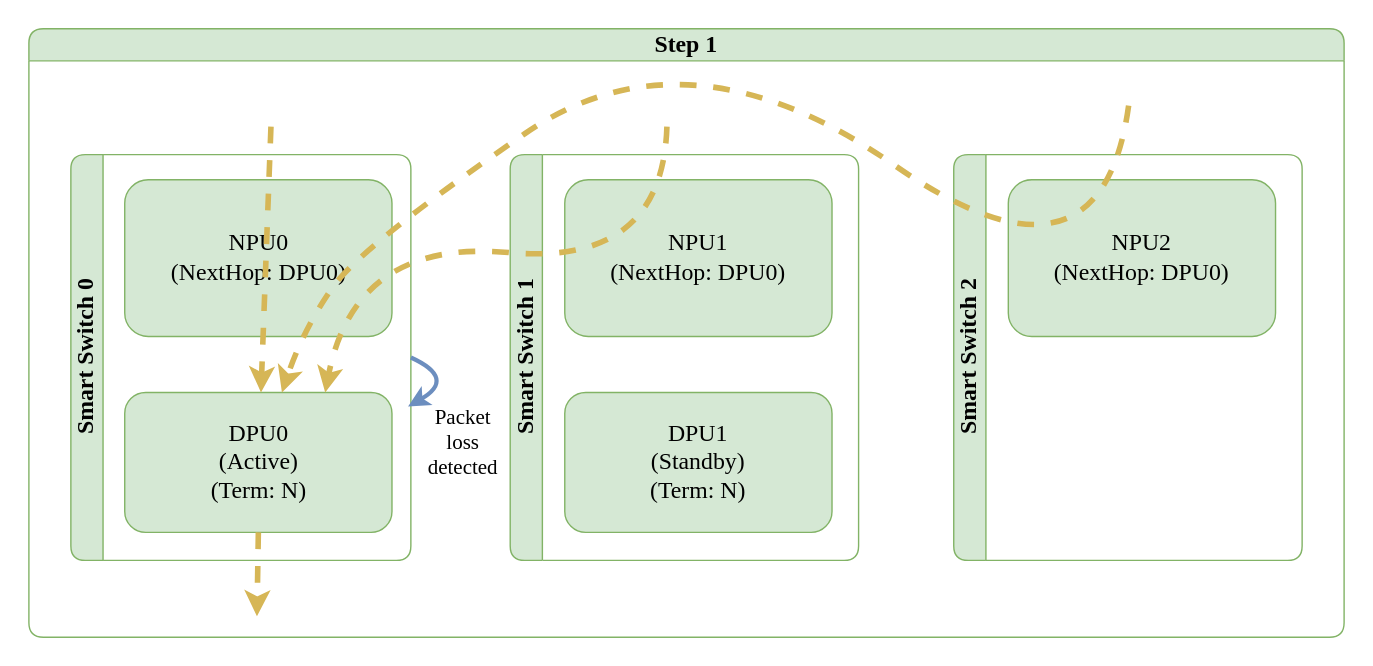
Above: doc/smart-switch/high-availability/images/ha-unplanned-events-enter-standalone-with-peer-up-step-1.svg in sonic-net/SONiC (draw.io), before the change. Source tidied: cells renumbered, new cells last; positions are measured from the earlier drawing's top-left corner, leaving out a move shared by most shapes. Its diagram source:
```xml
<mxGraphModel>
  <root>
    <mxCell id="0" />
    <mxCell id="1" parent="0" />
    <mxCell id="2" value="Step 1" style="swimlane;horizontal=1;whiteSpace=wrap;html=1;rounded=1;labelBorderColor=none;strokeColor=#82b366;fontFamily=Consolas;fontSize=17;startSize=23;fillColor=#d5e8d4;swimlaneFillColor=#FFFFFF;" parent="1" vertex="1">
      <mxGeometry y="5" width="940" height="435" as="geometry" />
    </mxCell>
    <mxCell id="3" value="Smart Switch 0" style="swimlane;horizontal=0;whiteSpace=wrap;html=1;rounded=1;labelBorderColor=none;strokeColor=#82b366;fontFamily=Consolas;fontSize=17;startSize=23;fillColor=#d5e8d4;swimlaneFillColor=#FFFFFF;" parent="2" vertex="1">
      <mxGeometry x="30" y="90" width="243" height="290" as="geometry" />
    </mxCell>
    <mxCell id="4" value="NPU0&lt;br style=&quot;font-size: 17px;&quot;&gt;(NextHop: DPU0)" style="rounded=1;whiteSpace=wrap;html=1;strokeColor=#82b366;fontFamily=Consolas;fontSize=17;startSize=23;fillColor=#d5e8d4;" parent="3" vertex="1">
      <mxGeometry x="38.5" y="18" width="191" height="112" as="geometry" />
    </mxCell>
    <mxCell id="5" value="DPU0&lt;br style=&quot;border-color: var(--border-color); font-size: 17px;&quot;&gt;(Active)&lt;br style=&quot;border-color: var(--border-color); font-size: 17px;&quot;&gt;(Term: N)" style="rounded=1;whiteSpace=wrap;html=1;strokeColor=#82b366;fontFamily=Consolas;fontSize=17;startSize=23;fillColor=#d5e8d4;" parent="3" vertex="1">
      <mxGeometry x="38.5" y="170" width="191" height="100" as="geometry" />
    </mxCell>
    <mxCell id="6" value="Smart Switch 1" style="swimlane;horizontal=0;whiteSpace=wrap;html=1;rounded=1;labelBorderColor=none;strokeColor=#82b366;fontFamily=Consolas;fontSize=17;startSize=23;fillColor=#d5e8d4;swimlaneFillColor=#FFFFFF;" parent="2" vertex="1">
      <mxGeometry x="344" y="90" width="249" height="290" as="geometry" />
    </mxCell>
    <mxCell id="7" value="NPU1&lt;br style=&quot;font-size: 17px;&quot;&gt;(NextHop: DPU0)" style="rounded=1;whiteSpace=wrap;html=1;strokeColor=#82b366;fontFamily=Consolas;fontSize=17;startSize=23;fillColor=#d5e8d4;" parent="6" vertex="1">
      <mxGeometry x="39" y="18" width="191" height="112" as="geometry" />
    </mxCell>
    <mxCell id="8" value="DPU1&lt;br style=&quot;border-color: var(--border-color); font-size: 17px;&quot;&gt;(Standby)&lt;br style=&quot;border-color: var(--border-color); font-size: 17px;&quot;&gt;(Term: N)" style="rounded=1;whiteSpace=wrap;html=1;strokeColor=#82b366;fontFamily=Consolas;fontSize=17;startSize=23;fillColor=#d5e8d4;" parent="6" vertex="1">
      <mxGeometry x="39" y="170" width="191" height="100" as="geometry" />
    </mxCell>
    <mxCell id="9" style="curved=1;endArrow=classic;html=1;rounded=0;fillColor=#fff2cc;strokeColor=#d6b656;strokeWidth=4;dashed=1;endFill=1;fontFamily=Consolas;fontSize=17;" parent="2" edge="1" target="5">
      <mxGeometry relative="1" as="geometry">
        <mxPoint x="173" y="70" as="sourcePoint" />
      </mxGeometry>
    </mxCell>
    <mxCell id="10" style="curved=1;endArrow=classic;html=1;rounded=0;entryX=0.75;entryY=0;entryDx=0;entryDy=0;fillColor=#fff2cc;strokeColor=#d6b656;strokeWidth=4;dashed=1;endFill=1;fontFamily=Consolas;fontSize=17;" parent="2" edge="1" target="5">
      <mxGeometry relative="1" as="geometry">
        <mxPoint x="456" y="70" as="sourcePoint" />
        <Array as="points">
          <mxPoint x="453" y="170" />
          <mxPoint x="233" y="150" />
        </Array>
      </mxGeometry>
    </mxCell>
    <mxCell id="11" style="endArrow=classic;html=1;rounded=0;fillColor=#fff2cc;strokeColor=#d6b656;strokeWidth=4;dashed=1;endFill=1;exitX=0.5;exitY=1;exitDx=0;exitDy=0;fontFamily=Consolas;fontSize=17;" parent="2" edge="1" source="5">
      <mxGeometry relative="1" as="geometry">
        <mxPoint x="163" y="420" as="targetPoint" />
      </mxGeometry>
    </mxCell>
    <mxCell id="12" value="Packet&lt;br style=&quot;font-size: 15px;&quot;&gt;loss&lt;br style=&quot;font-size: 15px;&quot;&gt;detected" style="endArrow=classic;startArrow=none;html=1;exitX=1;exitY=0.5;exitDx=0;exitDy=0;fillColor=#dae8fc;strokeColor=#6c8ebf;strokeWidth=3;fontFamily=Consolas;fontSize=15;startFill=0;endFill=1;labelBackgroundColor=none;curved=1;" parent="2" edge="1" source="3">
      <mxGeometry x="0.44" y="41" relative="1" as="geometry">
        <mxPoint x="271" y="270" as="targetPoint" />
        <Array as="points">
          <mxPoint x="306" y="250" />
        </Array>
      </mxGeometry>
    </mxCell>
    <mxCell id="13" value="Smart Switch 2" style="swimlane;horizontal=0;whiteSpace=wrap;html=1;rounded=1;labelBorderColor=none;strokeColor=#82b366;fontFamily=Consolas;fontSize=17;startSize=23;fillColor=#d5e8d4;swimlaneFillColor=#FFFFFF;" parent="2" vertex="1">
      <mxGeometry x="661" y="90" width="249" height="290" as="geometry" />
    </mxCell>
    <mxCell id="14" value="NPU2&lt;br style=&quot;font-size: 17px;&quot;&gt;(NextHop: DPU0)" style="rounded=1;whiteSpace=wrap;html=1;strokeColor=#82b366;fontFamily=Consolas;fontSize=17;startSize=23;fillColor=#d5e8d4;" parent="13" vertex="1">
      <mxGeometry x="39" y="18" width="191" height="112" as="geometry" />
    </mxCell>
    <mxCell id="15" style="curved=1;endArrow=classic;html=1;rounded=0;fillColor=#fff2cc;strokeColor=#d6b656;strokeWidth=4;dashed=1;endFill=1;fontFamily=Consolas;fontSize=17;" parent="2" edge="1" target="5">
      <mxGeometry relative="1" as="geometry">
        <mxPoint x="786" y="55" as="sourcePoint" />
        <Array as="points">
          <mxPoint x="766" y="200" />
          <mxPoint x="471" y="-5" />
          <mxPoint x="238" y="155" />
          <mxPoint x="196" y="215" />
        </Array>
      </mxGeometry>
    </mxCell>
  </root>
</mxGraphModel>
```
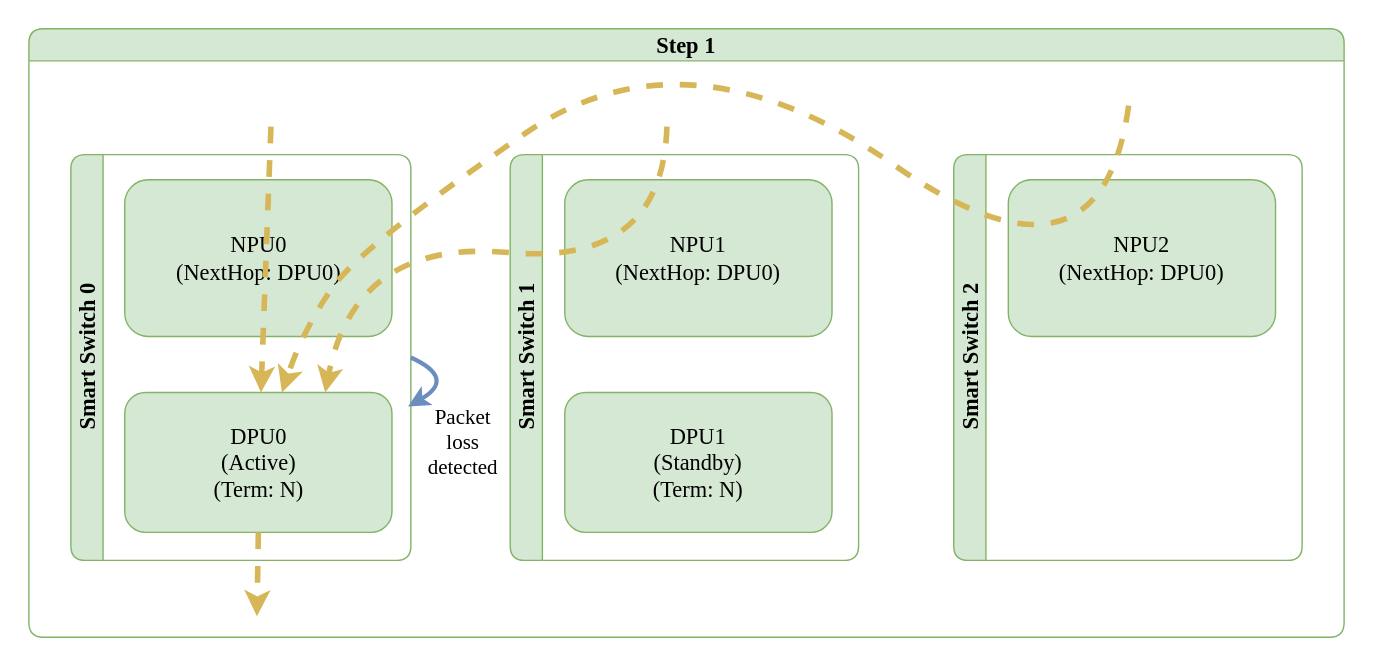
Later version of the same file.

What changed in the source:
```diff
@@ -2,33 +2,33 @@
   <root>
     <mxCell id="0" />
     <mxCell id="1" parent="0" />
-    <mxCell id="2" value="Step 1" style="swimlane;horizontal=1;whiteSpace=wrap;html=1;rounded=1;labelBorderColor=none;strokeColor=#82b366;fontFamily=Consolas;fontSize=17;startSize=23;fillColor=#d5e8d4;swimlaneFillColor=#FFFFFF;" parent="1" vertex="1">
+    <mxCell id="2" value="Step 1" style="swimlane;horizontal=1;whiteSpace=wrap;html=1;rounded=1;labelBorderColor=none;strokeColor=#82b366;fontFamily=Monaco;fontSize=16;startSize=23;fillColor=#d5e8d4;swimlaneFillColor=#FFFFFF;" parent="1" vertex="1">
       <mxGeometry y="5" width="940" height="435" as="geometry" />
     </mxCell>
-    <mxCell id="3" value="Smart Switch 0" style="swimlane;horizontal=0;whiteSpace=wrap;html=1;rounded=1;labelBorderColor=none;strokeColor=#82b366;fontFamily=Consolas;fontSize=17;startSize=23;fillColor=#d5e8d4;swimlaneFillColor=#FFFFFF;" parent="2" vertex="1">
+    <mxCell id="3" value="Smart Switch 0" style="swimlane;horizontal=0;whiteSpace=wrap;html=1;rounded=1;labelBorderColor=none;strokeColor=#82b366;fontFamily=Monaco;fontSize=16;startSize=23;fillColor=#d5e8d4;swimlaneFillColor=#FFFFFF;" parent="2" vertex="1">
       <mxGeometry x="30" y="90" width="243" height="290" as="geometry" />
     </mxCell>
-    <mxCell id="4" value="NPU0&lt;br style=&quot;font-size: 17px;&quot;&gt;(NextHop: DPU0)" style="rounded=1;whiteSpace=wrap;html=1;strokeColor=#82b366;fontFamily=Consolas;fontSize=17;startSize=23;fillColor=#d5e8d4;" parent="3" vertex="1">
+    <mxCell id="4" value="NPU0&lt;br style=&quot;font-size: 16px;&quot;&gt;(NextHop: DPU0)" style="rounded=1;whiteSpace=wrap;html=1;strokeColor=#82b366;fontFamily=Monaco;fontSize=16;startSize=23;fillColor=#d5e8d4;" parent="3" vertex="1">
       <mxGeometry x="38.5" y="18" width="191" height="112" as="geometry" />
     </mxCell>
-    <mxCell id="5" value="DPU0&lt;br style=&quot;border-color: var(--border-color); font-size: 17px;&quot;&gt;(Active)&lt;br style=&quot;border-color: var(--border-color); font-size: 17px;&quot;&gt;(Term: N)" style="rounded=1;whiteSpace=wrap;html=1;strokeColor=#82b366;fontFamily=Consolas;fontSize=17;startSize=23;fillColor=#d5e8d4;" parent="3" vertex="1">
+    <mxCell id="5" value="DPU0&lt;br style=&quot;border-color: var(--border-color); font-size: 16px;&quot;&gt;(Active)&lt;br style=&quot;border-color: var(--border-color); font-size: 16px;&quot;&gt;(Term: N)" style="rounded=1;whiteSpace=wrap;html=1;strokeColor=#82b366;fontFamily=Monaco;fontSize=16;startSize=23;fillColor=#d5e8d4;" parent="3" vertex="1">
       <mxGeometry x="38.5" y="170" width="191" height="100" as="geometry" />
     </mxCell>
-    <mxCell id="6" value="Smart Switch 1" style="swimlane;horizontal=0;whiteSpace=wrap;html=1;rounded=1;labelBorderColor=none;strokeColor=#82b366;fontFamily=Consolas;fontSize=17;startSize=23;fillColor=#d5e8d4;swimlaneFillColor=#FFFFFF;" parent="2" vertex="1">
+    <mxCell id="6" value="Smart Switch 1" style="swimlane;horizontal=0;whiteSpace=wrap;html=1;rounded=1;labelBorderColor=none;strokeColor=#82b366;fontFamily=Monaco;fontSize=16;startSize=23;fillColor=#d5e8d4;swimlaneFillColor=#FFFFFF;" parent="2" vertex="1">
       <mxGeometry x="344" y="90" width="249" height="290" as="geometry" />
     </mxCell>
-    <mxCell id="7" value="NPU1&lt;br style=&quot;font-size: 17px;&quot;&gt;(NextHop: DPU0)" style="rounded=1;whiteSpace=wrap;html=1;strokeColor=#82b366;fontFamily=Consolas;fontSize=17;startSize=23;fillColor=#d5e8d4;" parent="6" vertex="1">
+    <mxCell id="7" value="NPU1&lt;br style=&quot;font-size: 16px;&quot;&gt;(NextHop: DPU0)" style="rounded=1;whiteSpace=wrap;html=1;strokeColor=#82b366;fontFamily=Monaco;fontSize=16;startSize=23;fillColor=#d5e8d4;" parent="6" vertex="1">
       <mxGeometry x="39" y="18" width="191" height="112" as="geometry" />
     </mxCell>
-    <mxCell id="8" value="DPU1&lt;br style=&quot;border-color: var(--border-color); font-size: 17px;&quot;&gt;(Standby)&lt;br style=&quot;border-color: var(--border-color); font-size: 17px;&quot;&gt;(Term: N)" style="rounded=1;whiteSpace=wrap;html=1;strokeColor=#82b366;fontFamily=Consolas;fontSize=17;startSize=23;fillColor=#d5e8d4;" parent="6" vertex="1">
+    <mxCell id="8" value="DPU1&lt;br style=&quot;border-color: var(--border-color); font-size: 16px;&quot;&gt;(Standby)&lt;br style=&quot;border-color: var(--border-color); font-size: 16px;&quot;&gt;(Term: N)" style="rounded=1;whiteSpace=wrap;html=1;strokeColor=#82b366;fontFamily=Monaco;fontSize=16;startSize=23;fillColor=#d5e8d4;" parent="6" vertex="1">
       <mxGeometry x="39" y="170" width="191" height="100" as="geometry" />
     </mxCell>
-    <mxCell id="9" style="curved=1;endArrow=classic;html=1;rounded=0;fillColor=#fff2cc;strokeColor=#d6b656;strokeWidth=4;dashed=1;endFill=1;fontFamily=Consolas;fontSize=17;" parent="2" edge="1" target="5">
+    <mxCell id="9" style="curved=1;endArrow=classic;html=1;rounded=0;fillColor=#fff2cc;strokeColor=#d6b656;strokeWidth=4;dashed=1;endFill=1;fontFamily=Monaco;fontSize=16;" parent="2" edge="1" target="5">
       <mxGeometry relative="1" as="geometry">
         <mxPoint x="173" y="70" as="sourcePoint" />
       </mxGeometry>
     </mxCell>
-    <mxCell id="10" style="curved=1;endArrow=classic;html=1;rounded=0;entryX=0.75;entryY=0;entryDx=0;entryDy=0;fillColor=#fff2cc;strokeColor=#d6b656;strokeWidth=4;dashed=1;endFill=1;fontFamily=Consolas;fontSize=17;" parent="2" edge="1" target="5">
+    <mxCell id="10" style="curved=1;endArrow=classic;html=1;rounded=0;entryX=0.75;entryY=0;entryDx=0;entryDy=0;fillColor=#fff2cc;strokeColor=#d6b656;strokeWidth=4;dashed=1;endFill=1;fontFamily=Monaco;fontSize=16;" parent="2" edge="1" target="5">
       <mxGeometry relative="1" as="geometry">
         <mxPoint x="456" y="70" as="sourcePoint" />
         <Array as="points">
@@ -37,12 +37,12 @@
         </Array>
       </mxGeometry>
     </mxCell>
-    <mxCell id="11" style="endArrow=classic;html=1;rounded=0;fillColor=#fff2cc;strokeColor=#d6b656;strokeWidth=4;dashed=1;endFill=1;exitX=0.5;exitY=1;exitDx=0;exitDy=0;fontFamily=Consolas;fontSize=17;" parent="2" edge="1" source="5">
+    <mxCell id="11" style="endArrow=classic;html=1;rounded=0;fillColor=#fff2cc;strokeColor=#d6b656;strokeWidth=4;dashed=1;endFill=1;exitX=0.5;exitY=1;exitDx=0;exitDy=0;fontFamily=Monaco;fontSize=16;" parent="2" edge="1" source="5">
       <mxGeometry relative="1" as="geometry">
         <mxPoint x="163" y="420" as="targetPoint" />
       </mxGeometry>
     </mxCell>
-    <mxCell id="12" value="Packet&lt;br style=&quot;font-size: 15px;&quot;&gt;loss&lt;br style=&quot;font-size: 15px;&quot;&gt;detected" style="endArrow=classic;startArrow=none;html=1;exitX=1;exitY=0.5;exitDx=0;exitDy=0;fillColor=#dae8fc;strokeColor=#6c8ebf;strokeWidth=3;fontFamily=Consolas;fontSize=15;startFill=0;endFill=1;labelBackgroundColor=none;curved=1;" parent="2" edge="1" source="3">
+    <mxCell id="12" value="Packet&lt;br style=&quot;font-size: 15px;&quot;&gt;loss&lt;br style=&quot;font-size: 15px;&quot;&gt;detected" style="endArrow=classic;startArrow=none;html=1;exitX=1;exitY=0.5;exitDx=0;exitDy=0;fillColor=#dae8fc;strokeColor=#6c8ebf;strokeWidth=3;fontFamily=Monaco;fontSize=15;startFill=0;endFill=1;labelBackgroundColor=none;curved=1;" parent="2" edge="1" source="3">
       <mxGeometry x="0.44" y="41" relative="1" as="geometry">
         <mxPoint x="271" y="270" as="targetPoint" />
         <Array as="points">
@@ -50,13 +50,13 @@
         </Array>
       </mxGeometry>
     </mxCell>
-    <mxCell id="13" value="Smart Switch 2" style="swimlane;horizontal=0;whiteSpace=wrap;html=1;rounded=1;labelBorderColor=none;strokeColor=#82b366;fontFamily=Consolas;fontSize=17;startSize=23;fillColor=#d5e8d4;swimlaneFillColor=#FFFFFF;" parent="2" vertex="1">
+    <mxCell id="13" value="Smart Switch 2" style="swimlane;horizontal=0;whiteSpace=wrap;html=1;rounded=1;labelBorderColor=none;strokeColor=#82b366;fontFamily=Monaco;fontSize=16;startSize=23;fillColor=#d5e8d4;swimlaneFillColor=#FFFFFF;" parent="2" vertex="1">
       <mxGeometry x="661" y="90" width="249" height="290" as="geometry" />
     </mxCell>
-    <mxCell id="14" value="NPU2&lt;br style=&quot;font-size: 17px;&quot;&gt;(NextHop: DPU0)" style="rounded=1;whiteSpace=wrap;html=1;strokeColor=#82b366;fontFamily=Consolas;fontSize=17;startSize=23;fillColor=#d5e8d4;" parent="13" vertex="1">
+    <mxCell id="14" value="NPU2&lt;br style=&quot;font-size: 16px;&quot;&gt;(NextHop: DPU0)" style="rounded=1;whiteSpace=wrap;html=1;strokeColor=#82b366;fontFamily=Monaco;fontSize=16;startSize=23;fillColor=#d5e8d4;" parent="13" vertex="1">
       <mxGeometry x="39" y="18" width="191" height="112" as="geometry" />
     </mxCell>
-    <mxCell id="15" style="curved=1;endArrow=classic;html=1;rounded=0;fillColor=#fff2cc;strokeColor=#d6b656;strokeWidth=4;dashed=1;endFill=1;fontFamily=Consolas;fontSize=17;" parent="2" edge="1" target="5">
+    <mxCell id="15" style="curved=1;endArrow=classic;html=1;rounded=0;fillColor=#fff2cc;strokeColor=#d6b656;strokeWidth=4;dashed=1;endFill=1;fontFamily=Monaco;fontSize=16;" parent="2" edge="1" target="5">
       <mxGeometry relative="1" as="geometry">
         <mxPoint x="786" y="55" as="sourcePoint" />
         <Array as="points">
```
